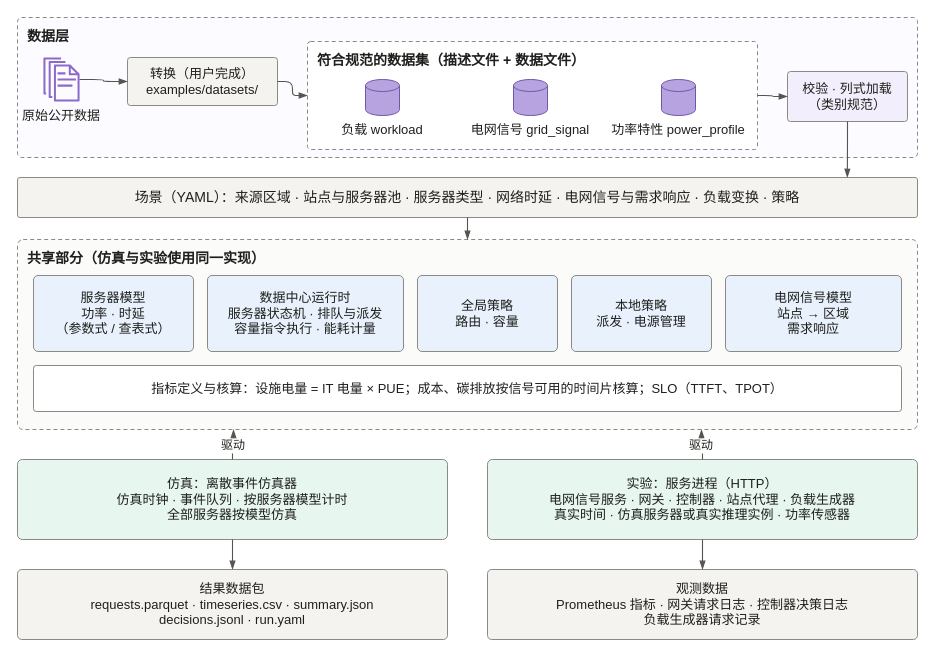
X1ngChui/cpc-platform keeps this draw.io diagram as docs/figures/src/architecture.drawio. Above is the earlier version. Source tidied: cells renumbered, new cells numbered last; positions are measured from the earlier drawing's top-left corner, leaving out a move shared by most shapes. Both pictures are drawn from the tidied source at 100%, with x=0, y=0 at pixel (17, 17).
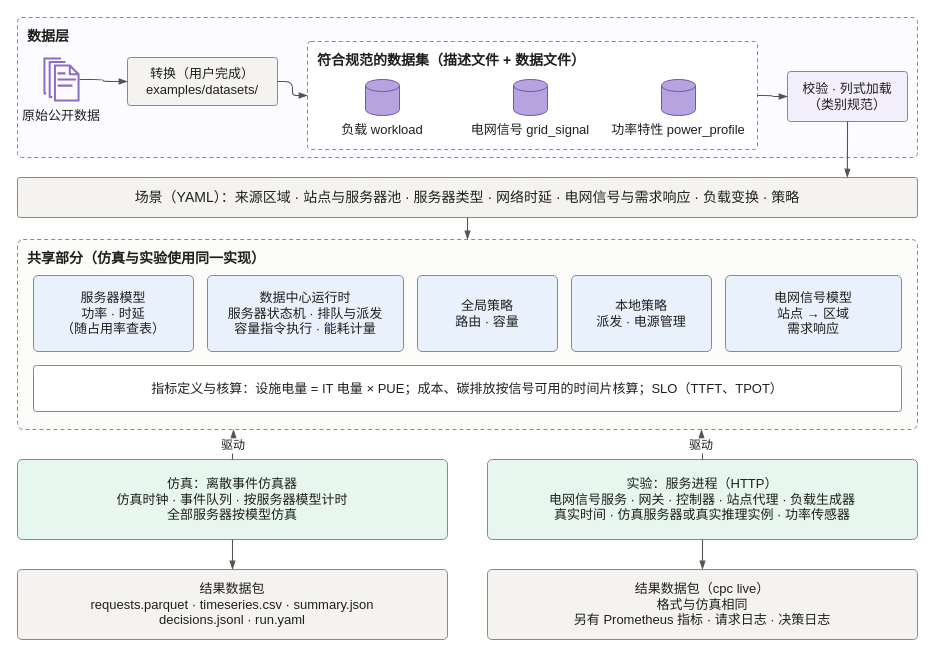
The same page after the edit.

Unchanged cells that the change refers to:
```xml
<mxCell id="15" value="共享部分（仿真与实验使用同一实现）" style="fontFamily=Noto Sans SC;fontColor=#1f1f1d;fontSize=14;html=0;rounded=1;arcSize=3;fillColor=#fbfbf9;strokeColor=#8a8984;dashed=1;dashPattern=4 3;verticalAlign=top;align=left;spacingLeft=8;spacingTop=4;fontStyle=1;" parent="1" vertex="1">
  <mxGeometry y="222" width="900" height="190" as="geometry" />
</mxCell>
```

Diff of the diagram source:
```diff
@@
-    <mxCell id="16" value="服务器模型&#10;功率 · 时延&#10;（参数式 / 查表式）" style="fontFamily=Noto Sans SC;fontColor=#1f1f1d;fontSize=13;html=0;rounded=1;arcSize=6;whiteSpace=wrap;fillColor=#e8f1fc;strokeColor=#8a8984;strokeWidth=1;align=center;verticalAlign=middle;" parent="15" vertex="1">
+    <mxCell id="16" value="服务器模型&#10;功率 · 时延&#10;（随占用率查表）" style="fontFamily=Noto Sans SC;fontColor=#1f1f1d;fontSize=13;html=0;rounded=1;arcSize=6;whiteSpace=wrap;fillColor=#e8f1fc;strokeColor=#8a8984;strokeWidth=1;align=center;verticalAlign=middle;" parent="15" vertex="1">
       <mxGeometry x="16" y="36" width="160" height="76" as="geometry" />
     </mxCell>
@@
-    <mxCell id="28" value="观测数据&#10;Prometheus 指标 · 网关请求日志 · 控制器决策日志&#10;负载生成器请求记录" style="fontFamily=Noto Sans SC;fontColor=#1f1f1d;fontSize=13;html=0;rounded=1;arcSize=6;whiteSpace=wrap;fillColor=#f4f3ef;strokeColor=#8a8984;strokeWidth=1;align=center;verticalAlign=middle;" parent="1" vertex="1">
+    <mxCell id="28" value="结果数据包（cpc live）&#10;格式与仿真相同&#10;另有 Prometheus 指标 · 请求日志 · 决策日志" style="fontFamily=Noto Sans SC;fontColor=#1f1f1d;fontSize=13;html=0;rounded=1;arcSize=6;whiteSpace=wrap;fillColor=#f4f3ef;strokeColor=#8a8984;strokeWidth=1;align=center;verticalAlign=middle;" parent="1" vertex="1">
       <mxGeometry x="470" y="552" width="430" height="70" as="geometry" />
     </mxCell>
```
